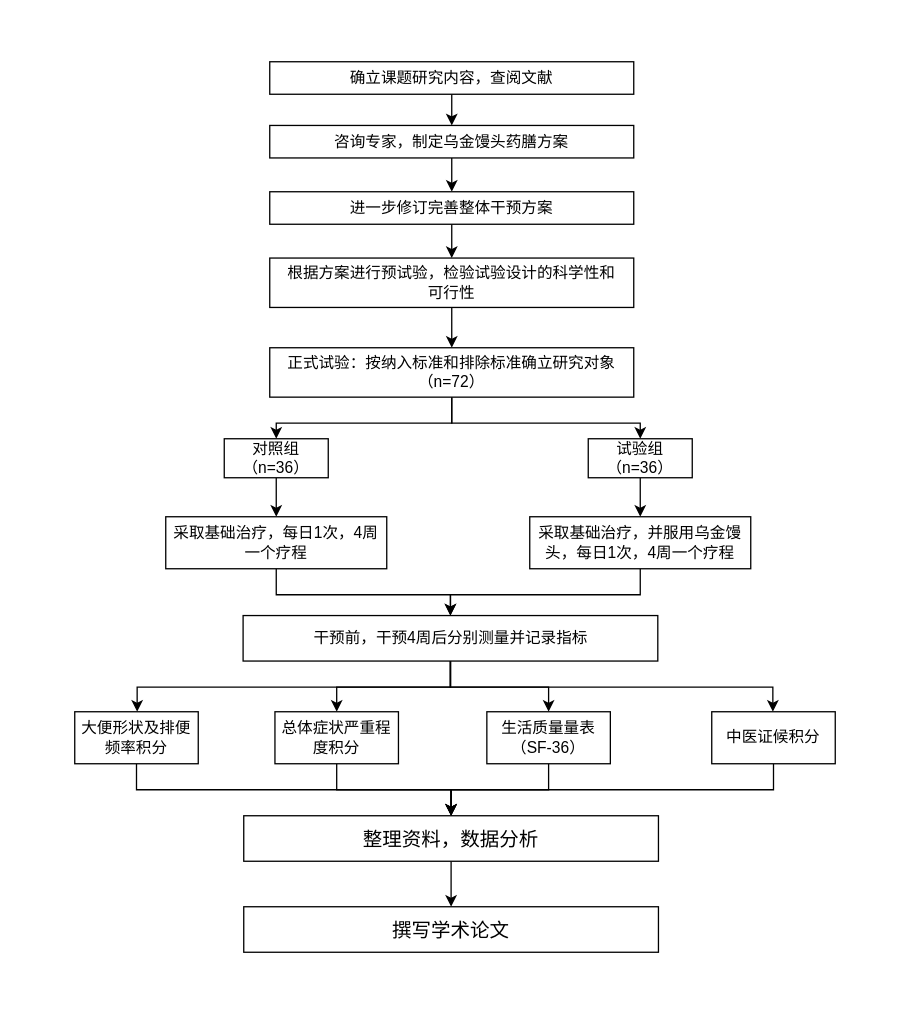
This is 乌金馒头药膳.drawio from 1477619915/ranyou, a draw.io file, before an edit. Source tidied: cells renumbered, new cells numbered last; positions are measured from the earlier drawing's top-left corner, leaving out a move shared by most shapes. Both pictures are drawn from the tidied source at 130%, with x=0, y=0 at pixel (22, 22).
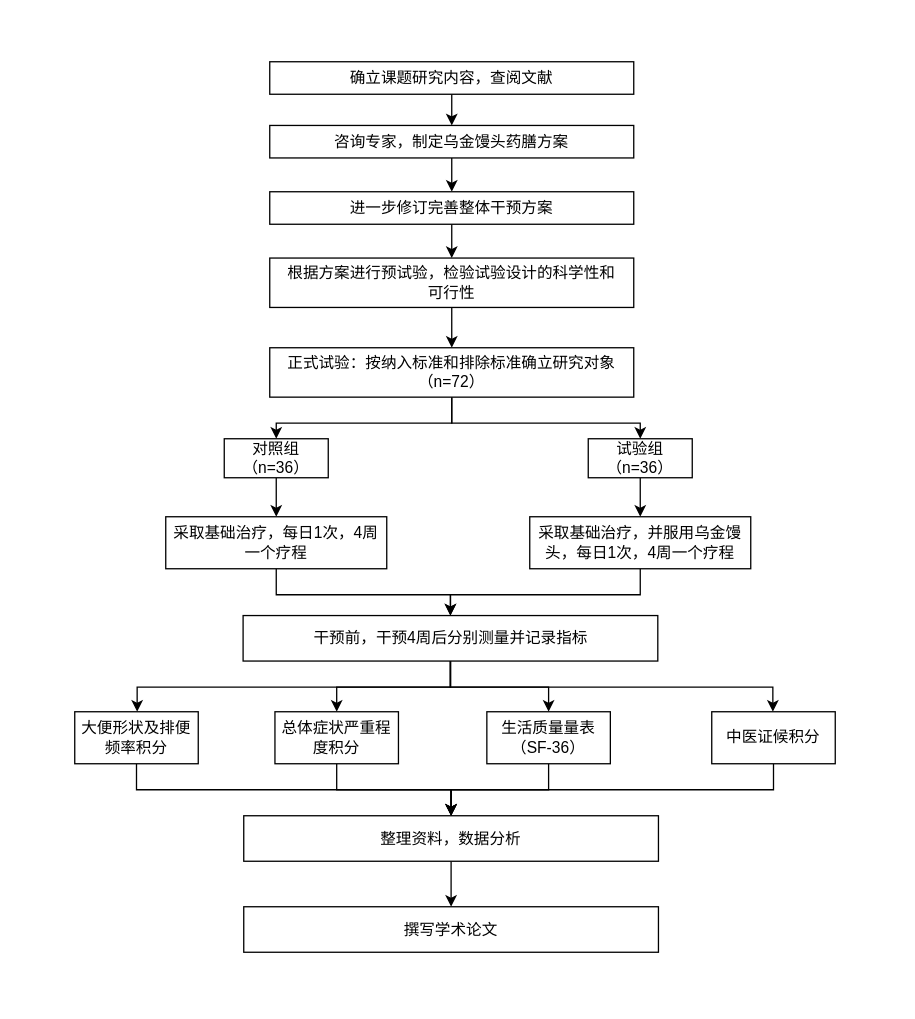
Above is the later version.

Commit message (it also covers changes not shown here):
更新乌金馒头药膳.drawio

Diff of the diagram source:
```diff
@@
-    <mxCell id="36" value="&lt;font style=&quot;font-size: 15px;&quot;&gt;整理资料，数据分析&lt;/font&gt;" style="rounded=0;whiteSpace=wrap;html=1;fontSize=12;" parent="1" vertex="1">
+    <mxCell id="36" value="&lt;font&gt;整理资料，数据分析&lt;/font&gt;" style="rounded=0;whiteSpace=wrap;html=1;fontSize=12;" parent="1" vertex="1">
       <mxGeometry x="170" y="610" width="319" height="35" as="geometry" />
     </mxCell>
-    <mxCell id="37" value="&lt;font style=&quot;font-size: 15px;&quot;&gt;撰写学术论文&lt;/font&gt;" style="rounded=0;whiteSpace=wrap;html=1;fontSize=12;" parent="1" vertex="1">
+    <mxCell id="37" value="&lt;font&gt;撰写学术论文&lt;/font&gt;" style="rounded=0;whiteSpace=wrap;html=1;fontSize=12;" parent="1" vertex="1">
       <mxGeometry x="170" y="680" width="319" height="35" as="geometry" />
     </mxCell>
```
